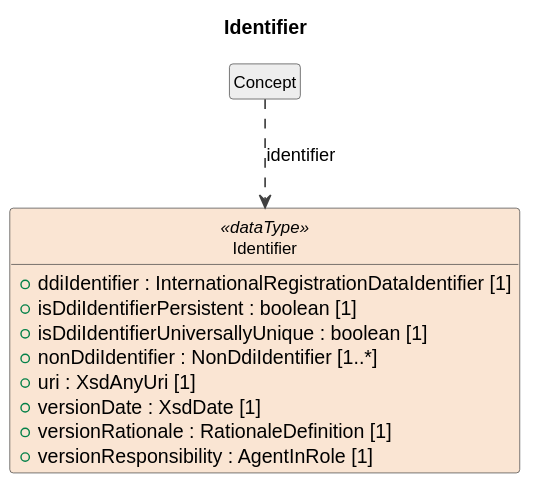
Cross-Domain-Interoperability-Framework/metadataBuildingBlocks keeps this PlantUML diagram as build/plantuml/cdifDiscovery/DataTypes/Identifier.svg. Above is the earlier version.
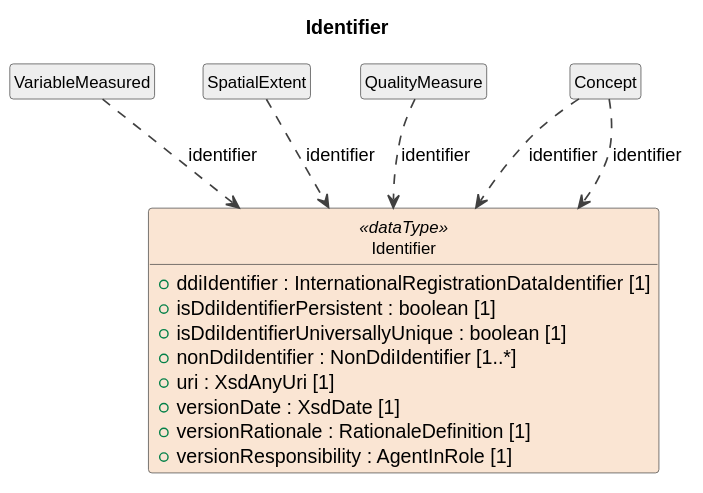
The same file after the commit.

Change to the diagram source:
```diff
@@ -20,6 +20,14 @@
   +versionRationale : RationaleDefinition [1]
   +versionResponsibility : AgentInRole [1]
 }
+class "VariableMeasured" as VariableMeasured #EEEEEE
+VariableMeasured ..> Identifier : identifier
+class "SpatialExtent" as SpatialExtent #EEEEEE
+SpatialExtent ..> Identifier : identifier
+class "QualityMeasure" as QualityMeasure #EEEEEE
+QualityMeasure ..> Identifier : identifier
+class "Concept" as Concept #EEEEEE
+Concept ..> Identifier : identifier
 class "Concept" as Concept #EEEEEE
 Concept ..> Identifier : identifier
 @enduml
```
